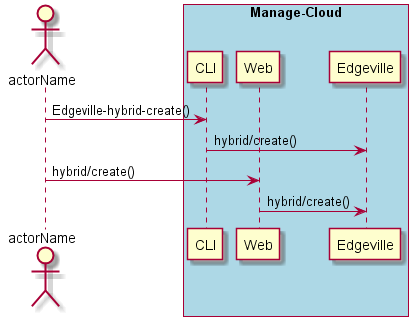
CAADE/edgeville keeps this PlantUML diagram as docs/UseCases/Manage-Cloud/Create-Hybrid-Cloud.png. Above is the earlier version. The source it was exported from:
```plantuml
@startuml
Actor "actorName" as A

box "Manage-Cloud" #lightblue
participant CLI as CLI
participant Web as Web
participant "Edgeville" as S
A -> CLI : Edgeville-hybrid-create()
CLI -> S : hybrid/create()
A -> Web : hybrid/create()
Web -> S : hybrid/create()
end box

@enduml
```
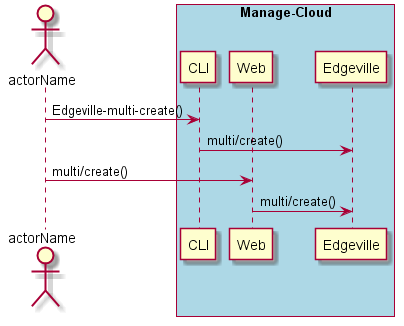
After the commit.

Diff of the diagram source:
```diff
@@ -5,10 +5,10 @@
 participant CLI as CLI
 participant Web as Web
 participant "Edgeville" as S
-A -> CLI : Edgeville-hybrid-create()
-CLI -> S : hybrid/create()
-A -> Web : hybrid/create()
-Web -> S : hybrid/create()
+A -> CLI : Edgeville-multi-create()
+CLI -> S : multi/create()
+A -> Web : multi/create()
+Web -> S : multi/create()
 end box
 
 @enduml
```
